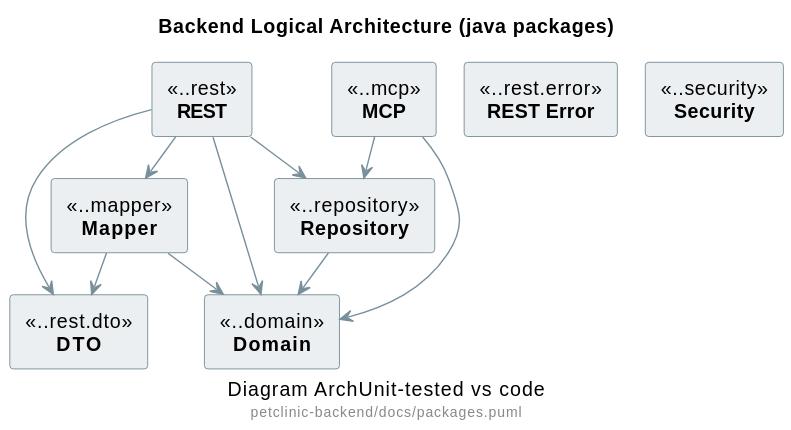
Above: demo/petclinic-visit-vet/assets/packages.context.svg in victorrentea/human-review (PlantUML), before the change.
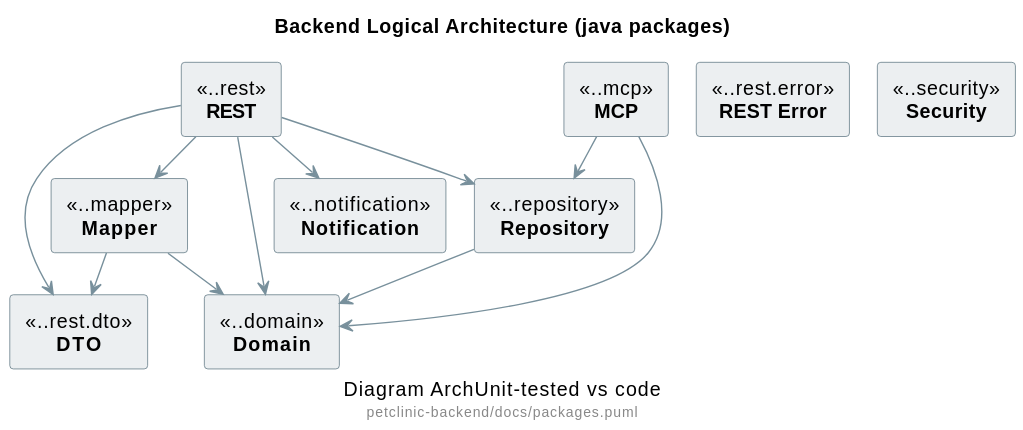
The same diagram one commit later.

Change to the diagram source:
```diff
@@ -27,6 +27,7 @@
 [Security] <<..security>>
 [Mapper] <<..mapper>>
 [Repository] <<..repository>>
+[Notification] <<..notification>>
 [DTO] <<..rest.dto>>
 [Domain] <<..domain>>
 
@@ -37,6 +38,7 @@
 [REST] --> [Repository]
 [REST] --> [Mapper]
 [REST] --> [DTO]
+[REST] --> [Notification]
 [MCP] --> [Domain]
 [MCP] --> [Repository]
 @enduml
```
